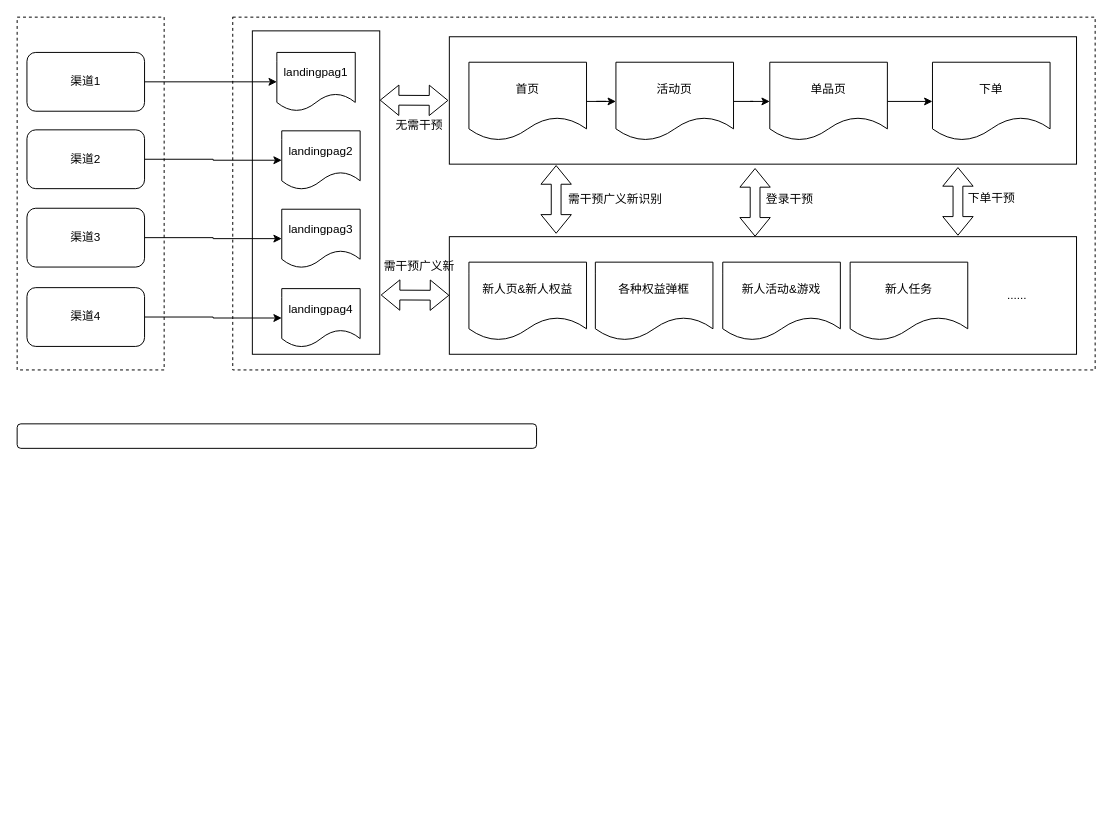
The draw.io diagram Untitled Diagram.drawio in lishanlin/doc, before the edit. Source tidied: cells renumbered, new cells numbered last; positions are measured from the earlier drawing's top-left corner, leaving out a move shared by most shapes. Both pictures are drawn from the tidied source at 98%, with x=0, y=0 at pixel (17, 17).
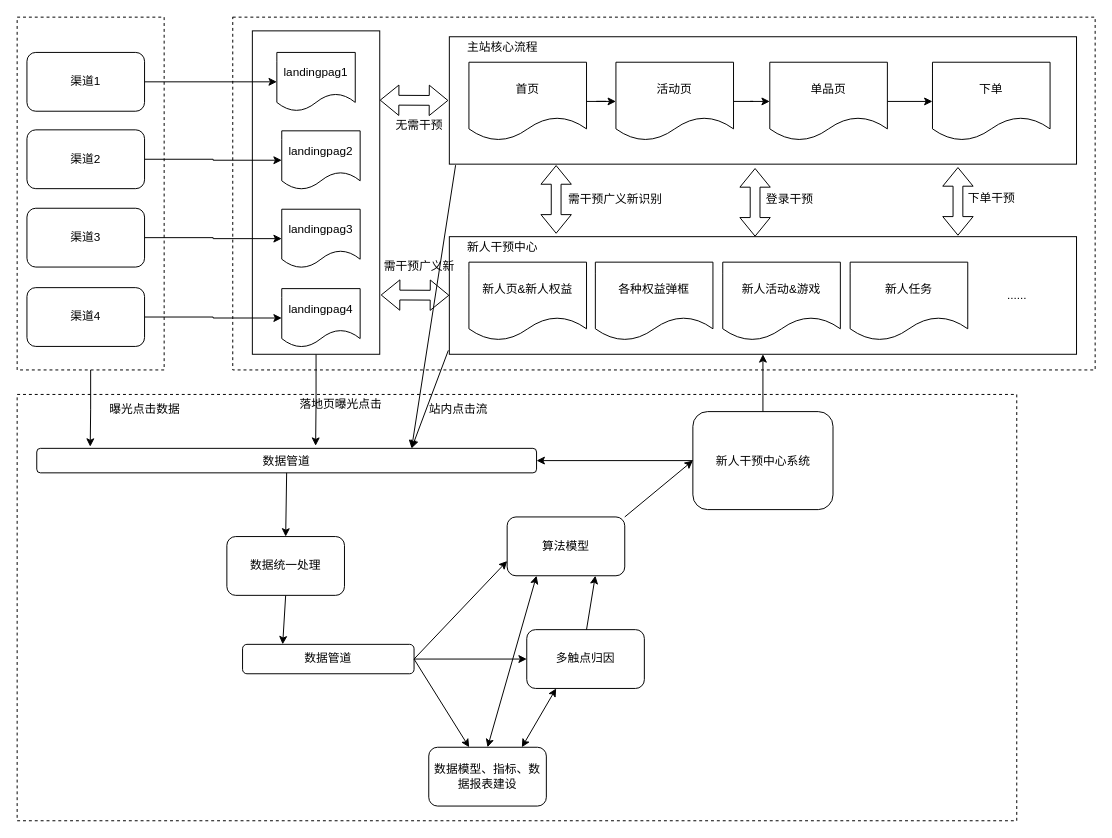
After the change.

Unchanged cells that the change refers to:
```xml
<mxCell id="3" style="rounded=0;whiteSpace=wrap;html=1;dashed=1;" parent="1" vertex="1">
  <mxGeometry width="150" height="360" as="geometry" />
</mxCell>
<mxCell id="4" style="rounded=0;whiteSpace=wrap;html=1;" parent="1" vertex="1">
  <mxGeometry x="240" y="14" width="130" height="330" as="geometry" />
</mxCell>
<mxCell id="16" style="rounded=0;whiteSpace=wrap;html=1;" parent="1" vertex="1">
  <mxGeometry x="441" y="20" width="640" height="130" as="geometry" />
</mxCell>
<mxCell id="25" style="rounded=0;whiteSpace=wrap;html=1;" parent="1" vertex="1">
  <mxGeometry x="441" y="224" width="640" height="120" as="geometry" />
</mxCell>
```

The edit, as a diff of the source:
```diff
@@
+    <mxCell id="42" style="whiteSpace=wrap;html=1;dashed=1;" parent="1" vertex="1">
+      <mxGeometry y="385" width="1020" height="435" as="geometry" />
+    </mxCell>
@@
+    <mxCell id="43" style="edgeStyle=orthogonalEdgeStyle;rounded=0;jettySize=auto;html=1;entryX=0.107;entryY=-0.069;entryDx=0;entryDy=0;entryPerimeter=0;" parent="1" edge="1" source="3" target="39">
+      <mxGeometry relative="1" as="geometry" />
+    </mxCell>
@@
+    <mxCell id="44" style="edgeStyle=orthogonalEdgeStyle;rounded=0;jettySize=auto;html=1;entryX=0.558;entryY=-0.105;entryDx=0;entryDy=0;entryPerimeter=0;" parent="1" edge="1" source="4" target="39">
+      <mxGeometry relative="1" as="geometry" />
+    </mxCell>
@@
-    <mxCell id="39" style="rounded=1;whiteSpace=wrap;html=1;" parent="1" vertex="1">
-      <mxGeometry y="415" width="530" height="25" as="geometry" />
+    <mxCell id="39" value="数据管道" style="rounded=1;whiteSpace=wrap;html=1;" parent="1" vertex="1">
+      <mxGeometry x="20" y="440" width="510" height="25" as="geometry" />
     </mxCell>
@@
+    <mxCell id="45" style="endArrow=classic;html=1;rounded=0;entryX=0.75;entryY=0;entryDx=0;entryDy=0;" parent="1" edge="1" target="39">
+      <mxGeometry relative="1" as="geometry">
+        <mxPoint x="440" y="340" as="sourcePoint" />
+      </mxGeometry>
+    </mxCell>
+    <mxCell id="46" value="曝光点击数据" style="text;html=1;align=center;verticalAlign=middle;strokeColor=none;fillColor=none;" parent="1" vertex="1">
+      <mxGeometry x="80" y="385" width="100" height="30" as="geometry" />
+    </mxCell>
+    <mxCell id="47" value="落地页曝光点击" style="text;html=1;align=center;verticalAlign=middle;strokeColor=none;fillColor=none;" parent="1" vertex="1">
+      <mxGeometry x="275" y="380" width="110" height="30" as="geometry" />
+    </mxCell>
+    <mxCell id="48" style="endArrow=classic;html=1;rounded=0;exitX=0.01;exitY=1.008;exitDx=0;exitDy=0;exitPerimeter=0;entryX=0.75;entryY=0;entryDx=0;entryDy=0;" parent="1" edge="1" source="16" target="39">
+      <mxGeometry relative="1" as="geometry" />
+    </mxCell>
+    <mxCell id="49" value="站内点击流" style="text;html=1;align=center;verticalAlign=middle;strokeColor=none;fillColor=none;" parent="1" vertex="1">
+      <mxGeometry x="410" y="385" width="80" height="30" as="geometry" />
+    </mxCell>
+    <mxCell id="50" style="endArrow=classic;html=1;rounded=0;" parent="1" edge="1" target="57">
+      <mxGeometry relative="1" as="geometry">
+        <mxPoint x="401" y="655" as="sourcePoint" />
+      </mxGeometry>
+    </mxCell>
+    <mxCell id="51" style="endArrow=classic;html=1;rounded=0;exitX=0.5;exitY=1;exitDx=0;exitDy=0;entryX=0.234;entryY=0;entryDx=0;entryDy=0;entryPerimeter=0;" parent="1" edge="1" source="52" target="54">
+      <mxGeometry relative="1" as="geometry" />
+    </mxCell>
+    <mxCell id="52" value="数据统一处理" style="rounded=1;whiteSpace=wrap;html=1;" parent="1" vertex="1">
+      <mxGeometry x="214" y="530" width="120" height="60" as="geometry" />
+    </mxCell>
+    <mxCell id="53" style="endArrow=classic;html=1;rounded=0;entryX=0.5;entryY=0;entryDx=0;entryDy=0;exitX=0.5;exitY=1;exitDx=0;exitDy=0;" parent="1" edge="1" source="39" target="52">
+      <mxGeometry relative="1" as="geometry" />
+    </mxCell>
+    <mxCell id="54" value="数据管道" style="rounded=1;whiteSpace=wrap;html=1;" parent="1" vertex="1">
+      <mxGeometry x="230" y="640" width="175" height="30" as="geometry" />
+    </mxCell>
+    <mxCell id="55" style="endArrow=classic;html=1;rounded=0;exitX=1;exitY=0.5;exitDx=0;exitDy=0;" parent="1" edge="1" source="54" target="56">
+      <mxGeometry relative="1" as="geometry" />
+    </mxCell>
+    <mxCell id="56" value="数据模型、指标、数据报表建设" style="rounded=1;whiteSpace=wrap;html=1;" parent="1" vertex="1">
+      <mxGeometry x="420" y="745" width="120" height="60" as="geometry" />
+    </mxCell>
+    <mxCell id="57" value="多触点归因" style="rounded=1;whiteSpace=wrap;html=1;" parent="1" vertex="1">
+      <mxGeometry x="520" y="625" width="120" height="60" as="geometry" />
+    </mxCell>
+    <mxCell id="58" value="算法模型" style="rounded=1;whiteSpace=wrap;html=1;" parent="1" vertex="1">
+      <mxGeometry x="500" y="510" width="120" height="60" as="geometry" />
+    </mxCell>
+    <mxCell id="59" style="endArrow=classic;html=1;rounded=0;entryX=0;entryY=0.75;entryDx=0;entryDy=0;exitX=1;exitY=0.5;exitDx=0;exitDy=0;" parent="1" edge="1" source="54" target="58">
+      <mxGeometry relative="1" as="geometry" />
+    </mxCell>
+    <mxCell id="60" style="endArrow=classic;startArrow=classic;html=1;rounded=0;entryX=0.25;entryY=1;entryDx=0;entryDy=0;" parent="1" edge="1" target="57">
+      <mxGeometry relative="1" as="geometry">
+        <mxPoint x="515" y="745" as="sourcePoint" />
+      </mxGeometry>
+    </mxCell>
+    <mxCell id="61" style="endArrow=classic;startArrow=classic;html=1;rounded=0;entryX=0.25;entryY=1;entryDx=0;entryDy=0;exitX=0.5;exitY=0;exitDx=0;exitDy=0;" parent="1" edge="1" source="56" target="58">
+      <mxGeometry relative="1" as="geometry" />
+    </mxCell>
+    <mxCell id="62" style="endArrow=classic;html=1;rounded=0;entryX=0.75;entryY=1;entryDx=0;entryDy=0;" parent="1" edge="1" target="58">
+      <mxGeometry relative="1" as="geometry">
+        <mxPoint x="581" y="625" as="sourcePoint" />
+      </mxGeometry>
+    </mxCell>
+    <mxCell id="63" value="新人干预中心系统" style="rounded=1;whiteSpace=wrap;html=1;" parent="1" vertex="1">
+      <mxGeometry x="689.5" y="402.5" width="143" height="100" as="geometry" />
+    </mxCell>
+    <mxCell id="64" style="endArrow=classic;html=1;rounded=0;entryX=0;entryY=0.5;entryDx=0;entryDy=0;exitX=1;exitY=0;exitDx=0;exitDy=0;" parent="1" edge="1" source="58" target="63">
+      <mxGeometry relative="1" as="geometry" />
+    </mxCell>
+    <mxCell id="65" style="endArrow=classic;html=1;rounded=0;entryX=1;entryY=0.5;entryDx=0;entryDy=0;exitX=0;exitY=0.5;exitDx=0;exitDy=0;" parent="1" edge="1" source="63" target="39">
+      <mxGeometry relative="1" as="geometry" />
+    </mxCell>
+    <mxCell id="66" style="endArrow=classic;html=1;rounded=0;entryX=0.5;entryY=1;entryDx=0;entryDy=0;exitX=0.5;exitY=0;exitDx=0;exitDy=0;" parent="1" edge="1" source="63" target="25">
+      <mxGeometry relative="1" as="geometry" />
+    </mxCell>
+    <mxCell id="67" value="&lt;span style=&quot;&quot;&gt;新人干预中心&lt;/span&gt;" style="text;html=1;align=center;verticalAlign=middle;strokeColor=none;fillColor=none;" parent="1" vertex="1">
+      <mxGeometry x="445" y="220" width="100" height="30" as="geometry" />
+    </mxCell>
+    <mxCell id="68" value="主站核心流程" style="text;html=1;align=center;verticalAlign=middle;strokeColor=none;fillColor=none;" parent="1" vertex="1">
+      <mxGeometry x="445" y="16" width="100" height="30" as="geometry" />
+    </mxCell>
```
